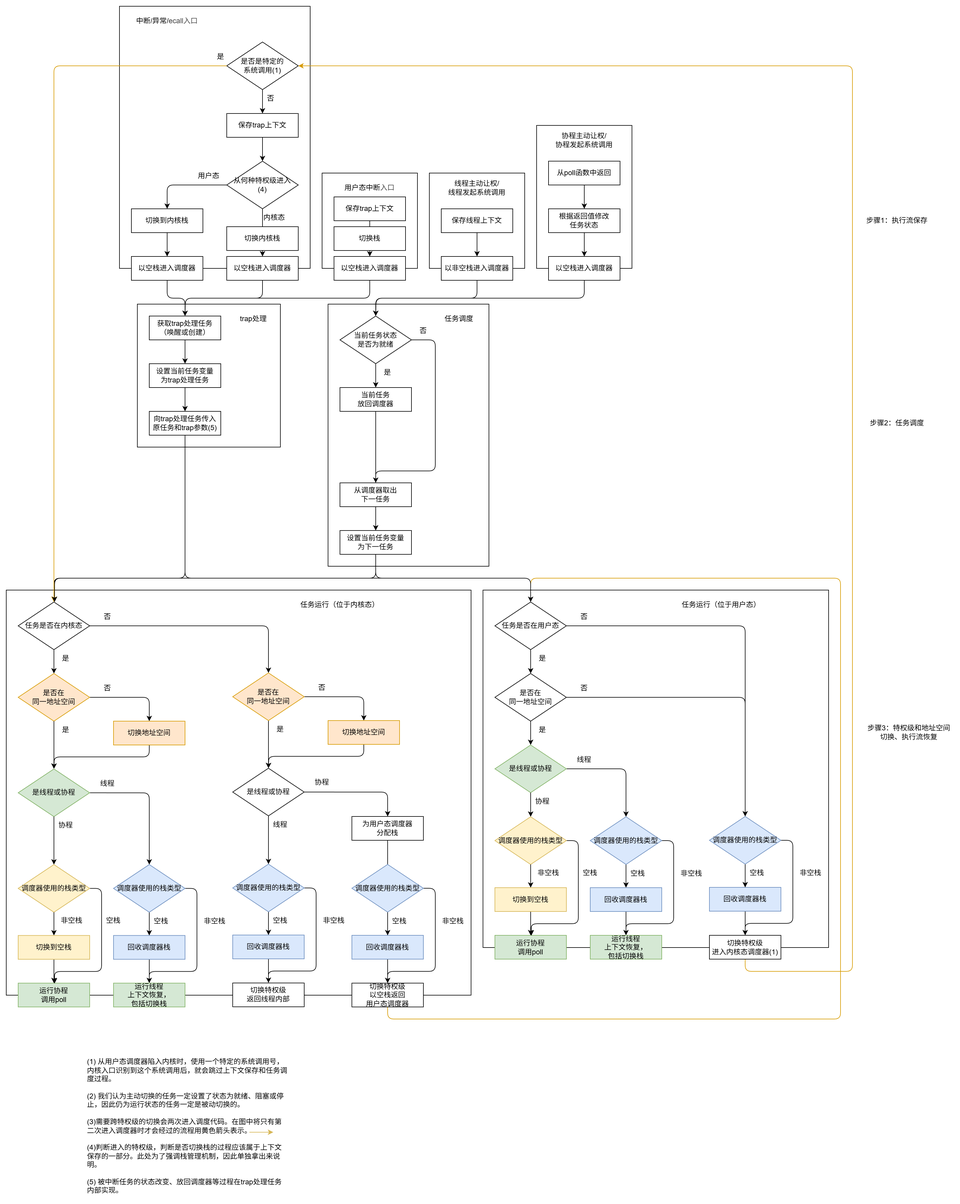
Before: 26.3.16~26.3.22/任务切换模型（示意图新版）.png, a diagram exported from draw.io (rosy233333/weekly-progress). Source tidied: cells renumbered, new cells last; positions are measured from the earlier drawing's top-left corner, leaving out a move shared by most shapes.
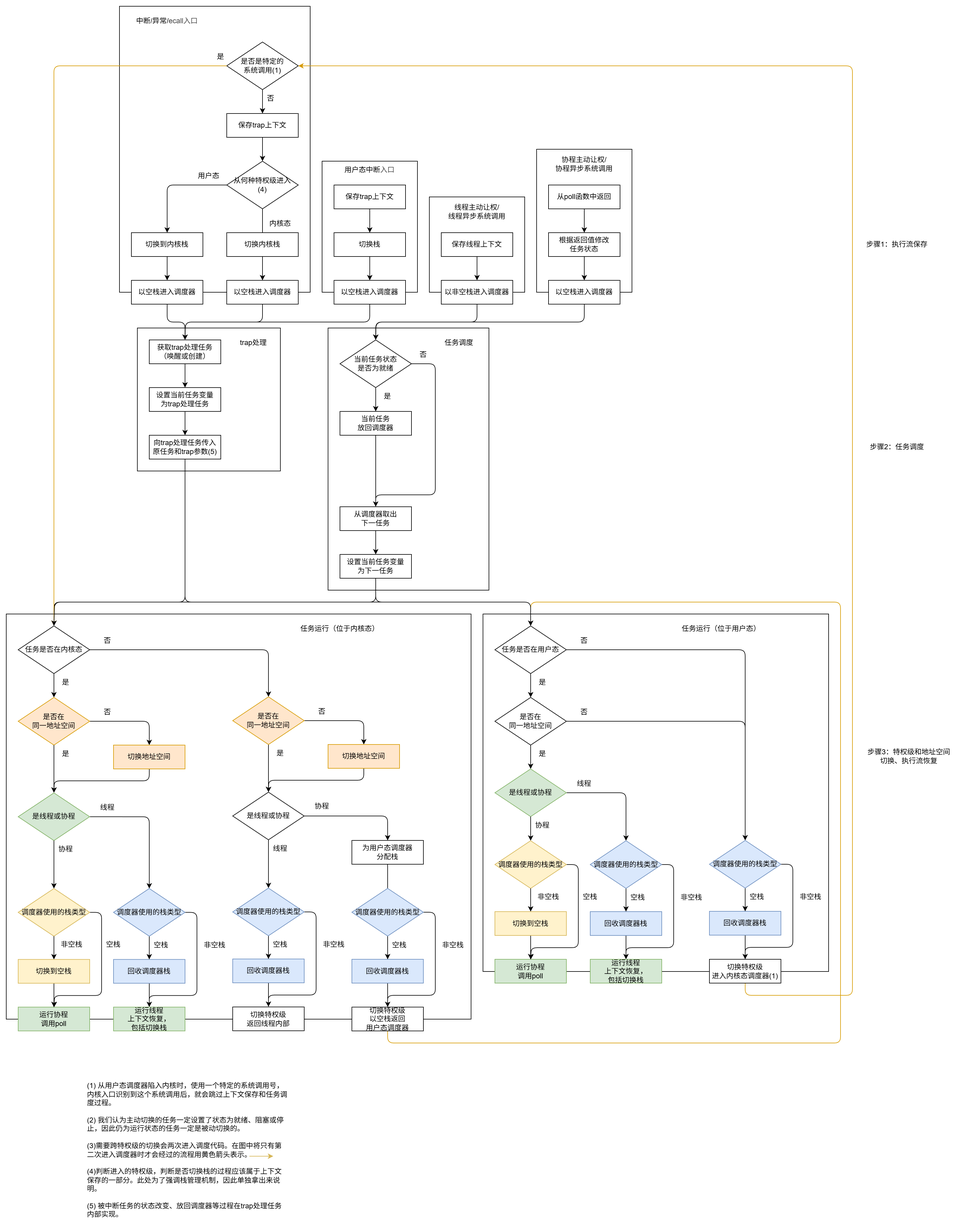
Above is the later version.

Change to the diagram source:
```diff
@@ -18,19 +18,19 @@
       <mxGeometry x="540" y="500" width="270" height="440" as="geometry" />
     </mxCell>
     <mxCell id="7" style="rounded=0;whiteSpace=wrap;html=1;fillColor=none;" parent="1" vertex="1">
-      <mxGeometry x="190" width="320" height="440" as="geometry" />
+      <mxGeometry x="190" y="-40" width="320" height="480" as="geometry" />
     </mxCell>
     <mxCell id="8" style="edgeStyle=none;html=1;exitX=0.5;exitY=1;exitDx=0;exitDy=0;entryX=0.5;entryY=0;entryDx=0;entryDy=0;" parent="1" edge="1" source="9" target="105">
       <mxGeometry relative="1" as="geometry" />
     </mxCell>
     <mxCell id="9" value="保存trap上下文" style="rounded=0;whiteSpace=wrap;html=1;" parent="1" vertex="1">
-      <mxGeometry x="370" y="180" width="120" height="40" as="geometry" />
+      <mxGeometry x="370" y="140" width="120" height="40" as="geometry" />
     </mxCell>
     <mxCell id="10" style="edgeStyle=none;html=1;exitX=0.5;exitY=1;exitDx=0;exitDy=0;entryX=0.5;entryY=0;entryDx=0;entryDy=0;" parent="1" edge="1" source="11" target="9">
       <mxGeometry relative="1" as="geometry" />
     </mxCell>
     <mxCell id="11" value="&lt;font style=&quot;color: rgb(0, 0, 0);&quot;&gt;是否是特定的&lt;/font&gt;&lt;div&gt;&lt;font style=&quot;color: rgb(0, 0, 0);&quot;&gt;系统调用(1)&lt;/font&gt;&lt;/div&gt;" style="rhombus;whiteSpace=wrap;html=1;" parent="1" vertex="1">
-      <mxGeometry x="370" y="60" width="120" height="80" as="geometry" />
+      <mxGeometry x="370" y="20" width="120" height="80" as="geometry" />
     </mxCell>
     <mxCell id="12" style="edgeStyle=none;html=1;exitX=0.5;exitY=1;exitDx=0;exitDy=0;entryX=0.5;entryY=0;entryDx=0;entryDy=0;" parent="1" edge="1" source="13" target="19">
       <mxGeometry relative="1" as="geometry" />
@@ -157,7 +157,7 @@
         <Array as="points">
           <mxPoint x="1240" y="1620" />
           <mxPoint x="1420" y="1620" />
-          <mxPoint x="1420" y="100" />
+          <mxPoint x="1420" y="60" />
         </Array>
       </mxGeometry>
     </mxCell>
@@ -221,24 +221,24 @@
       <mxGeometry x="910" y="260" width="120" height="40" as="geometry" />
     </mxCell>
     <mxCell id="65" style="rounded=0;whiteSpace=wrap;html=1;fillColor=none;" parent="1" vertex="1">
-      <mxGeometry x="530" y="280" width="160" height="160" as="geometry" />
+      <mxGeometry x="530" y="220" width="160" height="220" as="geometry" />
     </mxCell>
-    <mxCell id="66" style="edgeStyle=none;html=1;exitX=0.5;exitY=1;exitDx=0;exitDy=0;entryX=0.5;entryY=0;entryDx=0;entryDy=0;" parent="1" edge="1" source="67" target="113">
-      <mxGeometry relative="1" as="geometry" />
-    </mxCell>
+    <mxCell id="181" style="edgeStyle=none;html=1;exitX=0.5;exitY=1;exitDx=0;exitDy=0;entryX=0.5;entryY=0;entryDx=0;entryDy=0;" parent="1" edge="1" source="67" target="174">
+      <mxGeometry relative="1" as="geometry" />
+    </mxCell>
     <mxCell id="67" value="保存trap上下文" style="rounded=0;whiteSpace=wrap;html=1;" parent="1" vertex="1">
-      <mxGeometry x="550" y="320" width="120" height="40" as="geometry" />
+      <mxGeometry x="550" y="260" width="120" height="40" as="geometry" />
     </mxCell>
     <mxCell id="68" value="&lt;div&gt;&lt;span style=&quot;background-color: transparent;&quot;&gt;中断/异常/&lt;/span&gt;&lt;span style=&quot;color: rgb(63, 63, 63); background-color: transparent;&quot;&gt;ecall&lt;/span&gt;&lt;span style=&quot;color: rgb(63, 63, 63); background-color: transparent;&quot;&gt;入口&lt;/span&gt;&lt;/div&gt;" style="text;html=1;align=center;verticalAlign=middle;whiteSpace=wrap;rounded=0;" parent="1" vertex="1">
-      <mxGeometry x="200" y="10" width="140" height="30" as="geometry" />
+      <mxGeometry x="200" y="-30" width="140" height="30" as="geometry" />
     </mxCell>
     <mxCell id="69" value="&lt;font style=&quot;color: rgb(0, 0, 0);&quot;&gt;用户态中断&lt;span style=&quot;background-color: transparent; color: rgb(63, 63, 63);&quot;&gt;入口&lt;/span&gt;&lt;/font&gt;" style="text;html=1;align=center;verticalAlign=middle;whiteSpace=wrap;rounded=0;" parent="1" vertex="1">
-      <mxGeometry x="540" y="290" width="140" height="30" as="geometry" />
+      <mxGeometry x="540" y="220" width="140" height="30" as="geometry" />
     </mxCell>
-    <mxCell id="70" value="&lt;font style=&quot;color: rgb(0, 0, 0);&quot;&gt;线程主动让权/&lt;/font&gt;&lt;div&gt;&lt;font style=&quot;color: rgb(0, 0, 0);&quot;&gt;线程发起系统调用&lt;/font&gt;&lt;/div&gt;" style="text;html=1;align=center;verticalAlign=middle;whiteSpace=wrap;rounded=0;" parent="1" vertex="1">
+    <mxCell id="70" value="&lt;font style=&quot;color: rgb(0, 0, 0);&quot;&gt;线程主动让权/&lt;/font&gt;&lt;div&gt;&lt;font style=&quot;color: rgb(0, 0, 0);&quot;&gt;线程异步系统调用&lt;/font&gt;&lt;/div&gt;" style="text;html=1;align=center;verticalAlign=middle;whiteSpace=wrap;rounded=0;" parent="1" vertex="1">
       <mxGeometry x="720" y="290" width="140" height="30" as="geometry" />
     </mxCell>
-    <mxCell id="71" value="&lt;font style=&quot;scrollbar-color: rgb(226, 226, 226) rgb(251, 251, 251); color: rgb(0, 0, 0);&quot;&gt;协程主动让权/&lt;/font&gt;&lt;div style=&quot;color: rgb(63, 63, 63); scrollbar-color: rgb(226, 226, 226) rgb(251, 251, 251);&quot;&gt;&lt;font style=&quot;scrollbar-color: rgb(226, 226, 226) rgb(251, 251, 251); color: rgb(0, 0, 0);&quot;&gt;协程发起系统调用&lt;/font&gt;&lt;/div&gt;" style="text;html=1;align=center;verticalAlign=middle;whiteSpace=wrap;rounded=0;" parent="1" vertex="1">
+    <mxCell id="71" value="&lt;font style=&quot;scrollbar-color: rgb(226, 226, 226) rgb(251, 251, 251); color: rgb(0, 0, 0);&quot;&gt;协程主动让权/&lt;/font&gt;&lt;div style=&quot;color: rgb(63, 63, 63); scrollbar-color: rgb(226, 226, 226) rgb(251, 251, 251);&quot;&gt;&lt;font style=&quot;scrollbar-color: rgb(226, 226, 226) rgb(251, 251, 251); color: rgb(0, 0, 0);&quot;&gt;协程异步系统调用&lt;/font&gt;&lt;/div&gt;" style="text;html=1;align=center;verticalAlign=middle;whiteSpace=wrap;rounded=0;" parent="1" vertex="1">
       <mxGeometry x="900" y="210" width="140" height="30" as="geometry" />
     </mxCell>
     <mxCell id="72" value="任务调度" style="text;html=1;align=center;verticalAlign=middle;whiteSpace=wrap;rounded=0;" parent="1" vertex="1">
@@ -256,10 +256,10 @@
       </mxGeometry>
     </mxCell>
     <mxCell id="76" value="是" style="text;html=1;align=center;verticalAlign=middle;whiteSpace=wrap;rounded=0;" parent="1" vertex="1">
-      <mxGeometry x="330" y="70" width="60" height="30" as="geometry" />
+      <mxGeometry x="330" y="30" width="60" height="30" as="geometry" />
     </mxCell>
     <mxCell id="77" value="否" style="text;html=1;align=center;verticalAlign=middle;whiteSpace=wrap;rounded=0;" parent="1" vertex="1">
-      <mxGeometry x="414" y="140" width="60" height="30" as="geometry" />
+      <mxGeometry x="414" y="100" width="60" height="30" as="geometry" />
     </mxCell>
     <mxCell id="78" style="endArrow=classic;html=1;fillColor=#fff2cc;strokeColor=#d6b656;" parent="1" edge="1">
       <mxGeometry relative="1" as="geometry">
@@ -282,7 +282,7 @@
     <mxCell id="83" style="edgeStyle=orthogonalEdgeStyle;html=1;exitX=0;exitY=0.5;exitDx=0;exitDy=0;entryX=0.5;entryY=0;entryDx=0;entryDy=0;fillColor=#ffe6cc;strokeColor=#d79b00;" parent="1" edge="1" source="11" target="25">
       <mxGeometry relative="1" as="geometry">
         <Array as="points">
-          <mxPoint x="80" y="100" />
+          <mxPoint x="80" y="60" />
         </Array>
       </mxGeometry>
     </mxCell>
@@ -352,7 +352,7 @@
       <mxGeometry relative="1" as="geometry" />
     </mxCell>
     <mxCell id="105" value="从何种特权级进入&lt;div&gt;&lt;font style=&quot;color: rgb(0, 0, 0);&quot;&gt;(4)&lt;/font&gt;&lt;/div&gt;" style="rhombus;whiteSpace=wrap;html=1;" parent="1" vertex="1">
-      <mxGeometry x="370" y="260" width="120" height="80" as="geometry" />
+      <mxGeometry x="370" y="220" width="120" height="80" as="geometry" />
     </mxCell>
     <mxCell id="106" style="edgeStyle=none;html=1;exitX=0.5;exitY=1;exitDx=0;exitDy=0;entryX=0.5;entryY=0;entryDx=0;entryDy=0;" parent="1" edge="1" source="107" target="109">
       <mxGeometry relative="1" as="geometry" />
@@ -367,10 +367,10 @@
       <mxGeometry x="210" y="420" width="120" height="40" as="geometry" />
     </mxCell>
     <mxCell id="110" value="内核态" style="text;html=1;align=center;verticalAlign=middle;whiteSpace=wrap;rounded=0;" parent="1" vertex="1">
-      <mxGeometry x="420" y="340" width="60" height="30" as="geometry" />
+      <mxGeometry x="430" y="310" width="60" height="30" as="geometry" />
     </mxCell>
     <mxCell id="111" value="用户态" style="text;html=1;align=center;verticalAlign=middle;whiteSpace=wrap;rounded=0;" parent="1" vertex="1">
-      <mxGeometry x="310" y="270" width="60" height="30" as="geometry" />
+      <mxGeometry x="310" y="230" width="60" height="30" as="geometry" />
     </mxCell>
     <mxCell id="112" style="edgeStyle=orthogonalEdgeStyle;html=1;exitX=0.5;exitY=1;exitDx=0;exitDy=0;" parent="1" edge="1" source="113">
       <mxGeometry relative="1" as="geometry">
@@ -611,10 +611,13 @@
       <mxGeometry x="240" y="520" width="120" height="40" as="geometry" />
     </mxCell>
     <mxCell id="173" value="切换内核栈" style="rounded=0;whiteSpace=wrap;html=1;" parent="1" vertex="1">
-      <mxGeometry x="370" y="370" width="120" height="40" as="geometry" />
+      <mxGeometry x="370" y="340" width="120" height="40" as="geometry" />
     </mxCell>
+    <mxCell id="182" style="edgeStyle=none;html=1;exitX=0.5;exitY=1;exitDx=0;exitDy=0;entryX=0.5;entryY=0;entryDx=0;entryDy=0;" parent="1" edge="1" source="174" target="113">
+      <mxGeometry relative="1" as="geometry" />
+    </mxCell>
     <mxCell id="174" value="切换栈" style="rounded=0;whiteSpace=wrap;html=1;" parent="1" vertex="1">
-      <mxGeometry x="550" y="370" width="120" height="40" as="geometry" />
+      <mxGeometry x="550" y="340" width="120" height="40" as="geometry" />
     </mxCell>
     <mxCell id="175" style="edgeStyle=none;html=1;exitX=0.5;exitY=1;exitDx=0;exitDy=0;entryX=0.5;entryY=0;entryDx=0;entryDy=0;" parent="1" edge="1" source="176" target="179">
       <mxGeometry relative="1" as="geometry" />
```
